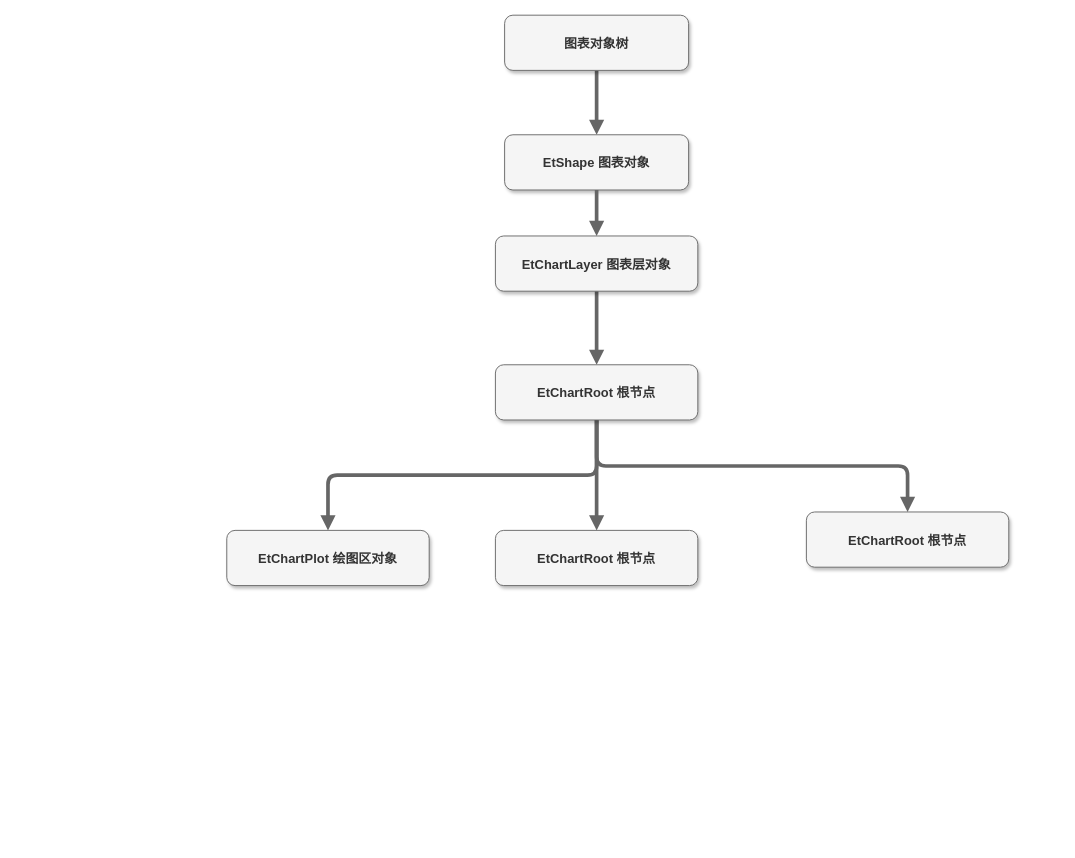
Earlier version of the draw.io diagram Untitled 11111Diagram.drawio (makepair/craft). Source tidied: cells renumbered, new cells numbered last; positions are measured from the earlier drawing's top-left corner, leaving out a move shared by most shapes. Both pictures are drawn from the tidied source at 92%, with x=0, y=0 at pixel (226, 15).
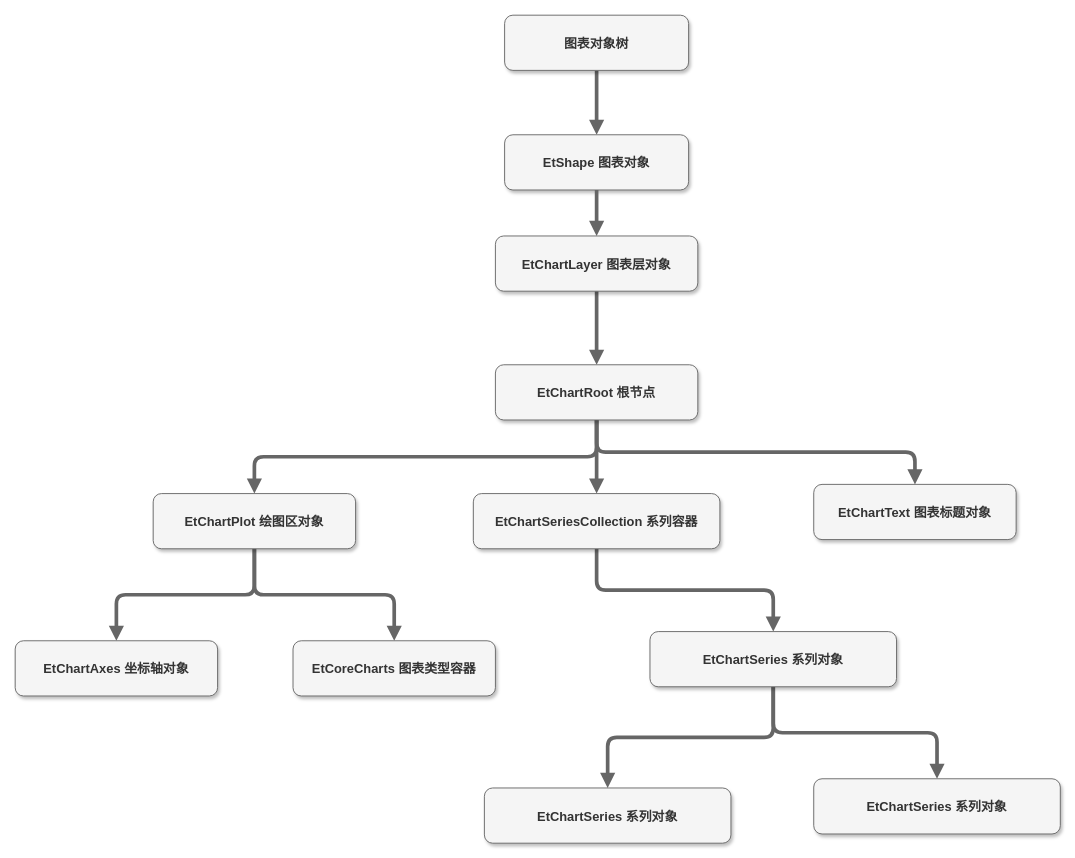
Above is the later version.

Change to the diagram source:
```diff
@@
-    <mxCell id="11" value="EtChartRoot 根节点" style="rounded=1;fillColor=#f5f5f5;strokeColor=#666666;shadow=1;fontStyle=1;fontColor=#333333;fontSize=14;" parent="1" vertex="1">
-      <mxGeometry x="630" y="540" width="220" height="60" as="geometry" />
+    <mxCell id="11" value="EtChartText 图表标题对象" style="rounded=1;fillColor=#f5f5f5;strokeColor=#666666;shadow=1;fontStyle=1;fontColor=#333333;fontSize=14;" parent="1" vertex="1">
+      <mxGeometry x="638" y="510" width="220" height="60" as="geometry" />
     </mxCell>
+    <mxCell id="15" style="edgeStyle=elbowEdgeStyle;jettySize=auto;elbow=vertical;html=1;endArrow=block;endFill=1;strokeColor=#666666;strokeWidth=4;fillColor=#f5f5f5;" parent="1" edge="1" source="12" target="18">
+      <mxGeometry relative="1" as="geometry" />
+    </mxCell>
-    <mxCell id="12" value="EtChartRoot 根节点" style="rounded=1;fillColor=#f5f5f5;strokeColor=#666666;shadow=1;fontStyle=1;fontColor=#333333;fontSize=14;" parent="1" vertex="1">
-      <mxGeometry x="292" y="560" width="220" height="60" as="geometry" />
+    <mxCell id="12" value="EtChartSeriesCollection 系列容器" style="rounded=1;fillColor=#f5f5f5;strokeColor=#666666;shadow=1;fontStyle=1;fontColor=#333333;fontSize=14;" parent="1" vertex="1">
+      <mxGeometry x="268" y="520" width="268" height="60" as="geometry" />
     </mxCell>
+    <mxCell id="16" style="edgeStyle=elbowEdgeStyle;jettySize=auto;elbow=vertical;html=1;endArrow=block;endFill=1;strokeColor=#666666;strokeWidth=4;fillColor=#f5f5f5;" parent="1" edge="1" source="18" target="20">
+      <mxGeometry relative="1" as="geometry" />
+    </mxCell>
+    <mxCell id="17" style="edgeStyle=elbowEdgeStyle;jettySize=auto;elbow=vertical;html=1;endArrow=block;endFill=1;strokeColor=#666666;strokeWidth=4;fillColor=#f5f5f5;" parent="1" edge="1" source="18" target="19">
+      <mxGeometry relative="1" as="geometry" />
+    </mxCell>
+    <mxCell id="18" value="EtChartSeries 系列对象" style="rounded=1;fillColor=#f5f5f5;strokeColor=#666666;shadow=1;fontStyle=1;fontColor=#333333;fontSize=14;" parent="1" vertex="1">
+      <mxGeometry x="460" y="670" width="268" height="60" as="geometry" />
+    </mxCell>
+    <mxCell id="19" value="EtChartSeries 系列对象" style="rounded=1;fillColor=#f5f5f5;strokeColor=#666666;shadow=1;fontStyle=1;fontColor=#333333;fontSize=14;" parent="1" vertex="1">
+      <mxGeometry x="638" y="830" width="268" height="60" as="geometry" />
+    </mxCell>
+    <mxCell id="20" value="EtChartSeries 系列对象" style="rounded=1;fillColor=#f5f5f5;strokeColor=#666666;shadow=1;fontStyle=1;fontColor=#333333;fontSize=14;" parent="1" vertex="1">
+      <mxGeometry x="280" y="840" width="268" height="60" as="geometry" />
+    </mxCell>
+    <mxCell id="21" style="edgeStyle=elbowEdgeStyle;jettySize=auto;elbow=vertical;html=1;endArrow=block;endFill=1;strokeColor=#666666;strokeWidth=4;fillColor=#f5f5f5;" parent="1" edge="1" source="13" target="24">
+      <mxGeometry relative="1" as="geometry" />
+    </mxCell>
+    <mxCell id="22" style="edgeStyle=elbowEdgeStyle;jettySize=auto;elbow=vertical;html=1;endArrow=block;endFill=1;strokeColor=#666666;strokeWidth=4;fillColor=#f5f5f5;" parent="1" edge="1" source="13" target="23">
+      <mxGeometry relative="1" as="geometry" />
+    </mxCell>
     <mxCell id="13" value="EtChartPlot 绘图区对象" style="rounded=1;fillColor=#f5f5f5;strokeColor=#666666;shadow=1;fontStyle=1;fontColor=#333333;fontSize=14;" parent="1" vertex="1">
-      <mxGeometry y="560" width="220" height="60" as="geometry" />
+      <mxGeometry x="-80" y="520" width="220" height="60" as="geometry" />
     </mxCell>
+    <mxCell id="23" value="EtCoreCharts 图表类型容器" style="rounded=1;fillColor=#f5f5f5;strokeColor=#666666;shadow=1;fontStyle=1;fontColor=#333333;fontSize=14;" parent="1" vertex="1">
+      <mxGeometry x="72" y="680" width="220" height="60" as="geometry" />
+    </mxCell>
+    <mxCell id="24" value="EtChartAxes 坐标轴对象" style="rounded=1;fillColor=#f5f5f5;strokeColor=#666666;shadow=1;fontStyle=1;fontColor=#333333;fontSize=14;" parent="1" vertex="1">
+      <mxGeometry x="-230" y="680" width="220" height="60" as="geometry" />
+    </mxCell>
```
